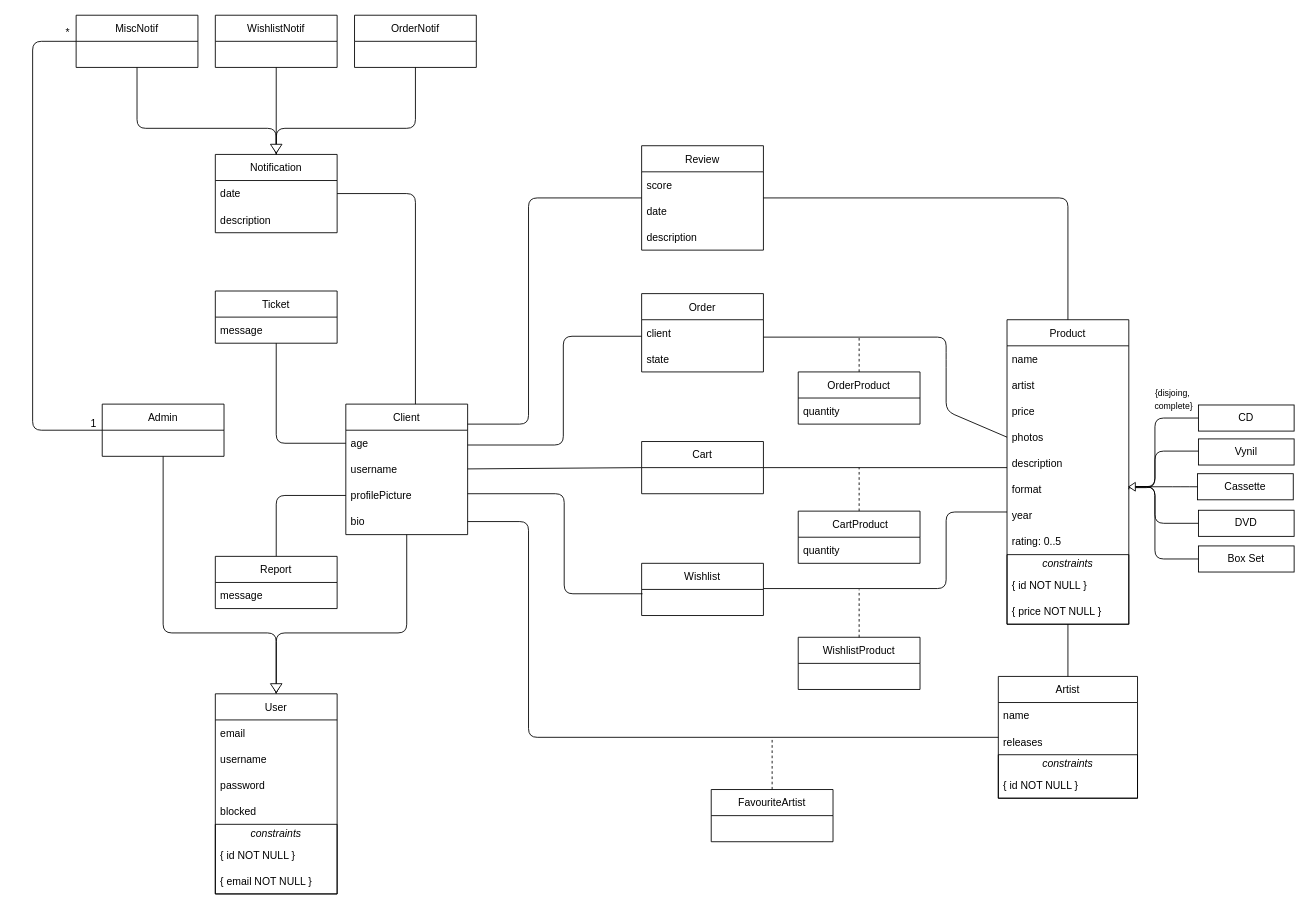
Above: docs/lbaw-uml.drawio in toni-santos/lbaw-earworm (draw.io), before the change. Source tidied: cells renumbered, new cells numbered last; positions are measured from the earlier drawing's top-left corner, leaving out a move shared by most shapes. Both pictures are drawn from the tidied source at 87%, with x=0, y=0 at pixel (32, 15).
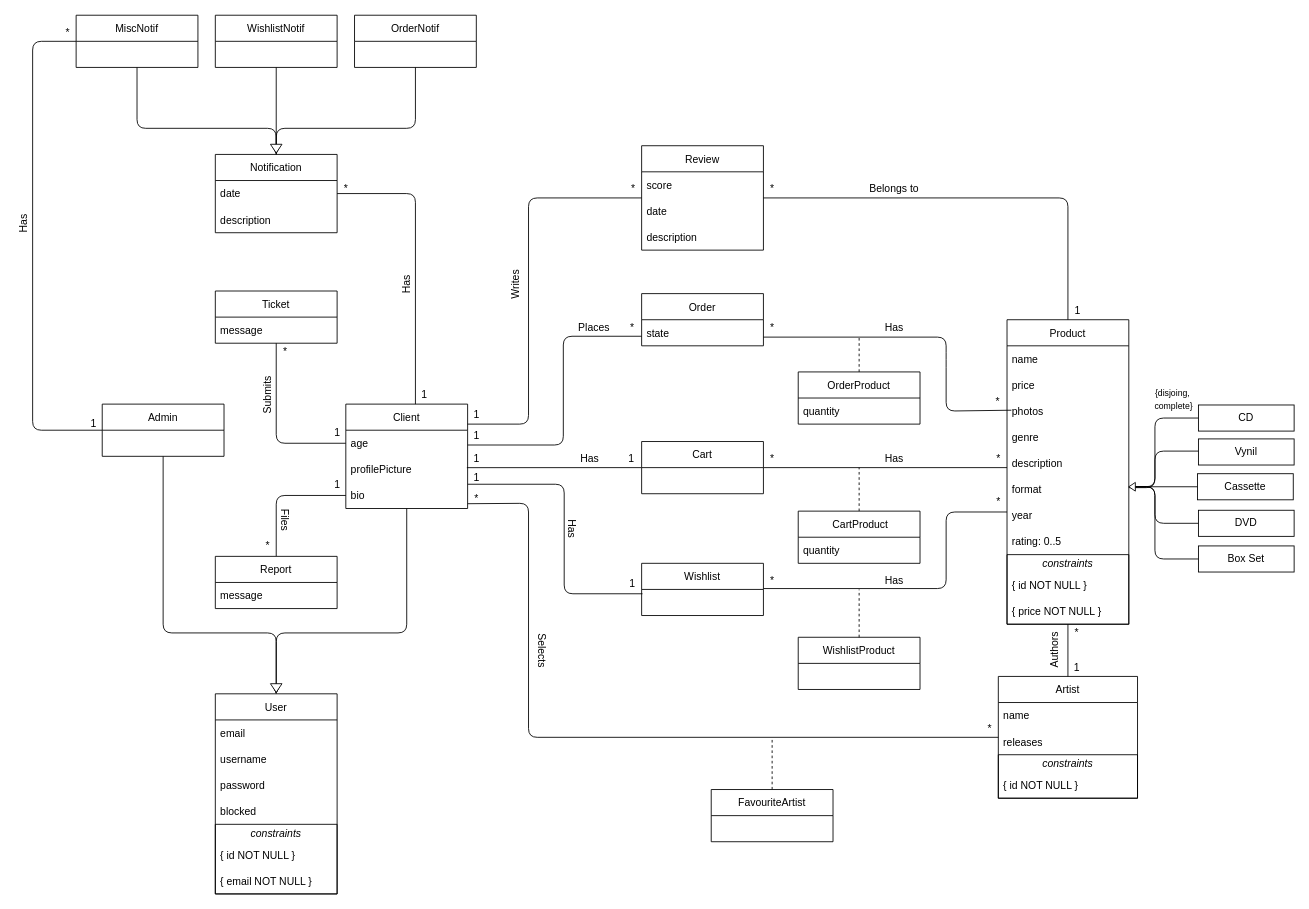
Above is the later version.

Commit message (it also covers changes not shown here):
UML multiplicity, A5 tweaks, more on A6

Unchanged cells that the change refers to:
```xml
<mxCell id="2" value="Artist" style="swimlane;fontStyle=0;horizontal=1;startSize=30;" parent="1" vertex="1">
  <mxGeometry x="1110" y="760" width="160" height="140" as="geometry" />
</mxCell>
<mxCell id="21" value="Cart" style="swimlane;fontStyle=0;horizontal=1;startSize=30;" parent="1" vertex="1">
  <mxGeometry x="700" y="490" width="140" height="60" as="geometry" />
</mxCell>
<mxCell id="33" value="Product" style="swimlane;fontStyle=0;horizontal=1;startSize=30;" parent="1" vertex="1">
  <mxGeometry x="1120" y="350" width="140" height="350" as="geometry" />
</mxCell>
<mxCell id="39" value="format" style="text;strokeColor=none;fillColor=none;align=left;verticalAlign=middle;spacingLeft=4;spacingRight=4;overflow=hidden;points=[[0,0.5],[1,0.5]];portConstraint=eastwest;" parent="33" vertex="1">
  <mxGeometry y="180" width="140" height="30" as="geometry" />
</mxCell>
<mxCell id="59" value="Report" style="swimlane;fontStyle=0;horizontal=1;startSize=30;" parent="1" vertex="1">
  <mxGeometry x="210" y="622" width="140" height="60" as="geometry" />
</mxCell>
<mxCell id="91" value="Cassette" style="whiteSpace=wrap;html=1;" parent="1" vertex="1">
  <mxGeometry x="1339" y="527" width="110" height="30" as="geometry" />
</mxCell>
<mxCell id="92" value="DVD" style="whiteSpace=wrap;html=1;" parent="1" vertex="1">
  <mxGeometry x="1340" y="569" width="110" height="30" as="geometry" />
</mxCell>
<mxCell id="93" value="Box Set" style="whiteSpace=wrap;html=1;" parent="1" vertex="1">
  <mxGeometry x="1340" y="610" width="110" height="30" as="geometry" />
</mxCell>
```

Change to the diagram source:
```diff
@@
-    <mxCell id="8" style="edgeStyle=none;html=1;endArrow=none;endFill=0;entryX=0;entryY=0.5;entryDx=0;entryDy=0;" parent="1" edge="1" source="13" target="21">
+    <mxCell id="8" style="edgeStyle=none;html=1;endArrow=none;endFill=0;entryX=0;entryY=0.5;entryDx=0;entryDy=0;exitX=-0.043;exitY=1.002;exitDx=0;exitDy=0;exitPerimeter=0;" parent="1" edge="1" source="111" target="21">
       <mxGeometry relative="1" as="geometry" />
     </mxCell>
-    <mxCell id="9" style="edgeStyle=elbowEdgeStyle;html=1;endArrow=none;endFill=0;startArrow=none;" parent="1" edge="1">
+    <mxCell id="9" style="edgeStyle=elbowEdgeStyle;html=1;endArrow=none;endFill=0;startArrow=none;exitX=1.001;exitY=0.07;exitDx=0;exitDy=0;exitPerimeter=0;" parent="1" edge="1" source="17">
       <mxGeometry relative="1" as="geometry">
-        <mxPoint x="500" y="550" as="sourcePoint" />
         <mxPoint x="701" y="665" as="targetPoint" />
         <Array as="points">
-          <mxPoint x="611" y="605" />
+          <mxPoint x="611" y="530" />
         </Array>
       </mxGeometry>
     </mxCell>
@@
-    <mxCell id="11" style="edgeStyle=none;html=1;startArrow=none;startFill=0;endArrow=none;endFill=0;exitX=1;exitY=0.5;exitDx=0;exitDy=0;" parent="1" edge="1" source="17" target="2">
+    <mxCell id="11" style="edgeStyle=none;html=1;startArrow=none;startFill=0;endArrow=none;endFill=0;exitX=1.001;exitY=0.816;exitDx=0;exitDy=0;exitPerimeter=0;" parent="1" edge="1" source="17" target="2">
       <mxGeometry relative="1" as="geometry">
         <Array as="points">
-          <mxPoint x="570" y="582" />
+          <mxPoint x="570" y="561" />
           <mxPoint x="570" y="830" />
         </Array>
       </mxGeometry>
     </mxCell>
@@
     <mxCell id="13" value="Client" style="swimlane;fontStyle=0;horizontal=1;startSize=30;" parent="1" vertex="1">
-      <mxGeometry x="360" y="447" width="140" height="150" as="geometry" />
+      <mxGeometry x="360" y="447" width="140" height="120" as="geometry" />
     </mxCell>
@@
-    <mxCell id="15" value="username" style="text;strokeColor=none;fillColor=none;align=left;verticalAlign=middle;spacingLeft=4;spacingRight=4;overflow=hidden;" parent="13" vertex="1">
-      <mxGeometry y="60" width="140" height="30" as="geometry" />
-    </mxCell>
     <mxCell id="16" value="profilePicture" style="text;strokeColor=none;fillColor=none;align=left;verticalAlign=middle;spacingLeft=4;spacingRight=4;overflow=hidden;points=[[0,0.5],[1,0.5]];portConstraint=eastwest;" parent="13" vertex="1">
-      <mxGeometry y="90" width="140" height="30" as="geometry" />
+      <mxGeometry y="60" width="140" height="30" as="geometry" />
     </mxCell>
     <mxCell id="17" value="bio" style="text;strokeColor=none;fillColor=none;align=left;verticalAlign=middle;spacingLeft=4;spacingRight=4;overflow=hidden;points=[[0,0.5],[1,0.5]];portConstraint=eastwest;" parent="13" vertex="1">
-      <mxGeometry y="120" width="140" height="30" as="geometry" />
+      <mxGeometry y="90" width="140" height="30" as="geometry" />
     </mxCell>
@@
-    <mxCell id="35" value="artist" style="text;strokeColor=none;fillColor=none;align=left;verticalAlign=middle;spacingLeft=4;spacingRight=4;overflow=hidden;" parent="33" vertex="1">
-      <mxGeometry y="60" width="140" height="30" as="geometry" />
-    </mxCell>
     <mxCell id="36" value="price" style="text;strokeColor=none;fillColor=none;align=left;verticalAlign=middle;spacingLeft=4;spacingRight=4;overflow=hidden;" parent="33" vertex="1">
-      <mxGeometry y="90" width="140" height="30" as="geometry" />
+      <mxGeometry y="60" width="140" height="30" as="geometry" />
     </mxCell>
     <mxCell id="37" value="photos" style="text;strokeColor=none;fillColor=none;align=left;verticalAlign=middle;spacingLeft=4;spacingRight=4;overflow=hidden;points=[[0,0.5],[1,0.5]];portConstraint=eastwest;" parent="33" vertex="1">
-      <mxGeometry y="120" width="140" height="30" as="geometry" />
+      <mxGeometry y="90" width="140" height="30" as="geometry" />
     </mxCell>
+    <mxCell id="101" value="genre" style="text;strokeColor=none;fillColor=none;align=left;verticalAlign=middle;spacingLeft=4;spacingRight=4;overflow=hidden;" parent="33" vertex="1">
+      <mxGeometry y="120" width="140" height="30" as="geometry" />
+    </mxCell>
@@
     <mxCell id="55" value="Order" style="swimlane;fontStyle=0;horizontal=1;startSize=30;" parent="1" vertex="1">
-      <mxGeometry x="700" y="320" width="140" height="90" as="geometry" />
+      <mxGeometry x="700" y="320" width="140" height="60" as="geometry" />
     </mxCell>
-    <mxCell id="56" value="client" style="text;strokeColor=none;fillColor=none;align=left;verticalAlign=middle;spacingLeft=4;spacingRight=4;overflow=hidden;points=[[0,0.5],[1,0.5]];portConstraint=eastwest;" parent="55" vertex="1">
-      <mxGeometry y="30" width="140" height="30" as="geometry" />
-    </mxCell>
     <mxCell id="57" value="state" style="text;strokeColor=none;fillColor=none;align=left;verticalAlign=middle;spacingLeft=4;spacingRight=4;overflow=hidden;" parent="55" vertex="1">
-      <mxGeometry y="60" width="140" height="30" as="geometry" />
+      <mxGeometry y="30" width="140" height="30" as="geometry" />
     </mxCell>
-    <mxCell id="58" style="edgeStyle=none;html=1;startArrow=none;startFill=0;endArrow=none;endFill=0;exitX=0.5;exitY=0;exitDx=0;exitDy=0;" parent="1" edge="1" source="59" target="16">
+    <mxCell id="58" style="edgeStyle=none;html=1;startArrow=none;startFill=0;endArrow=none;endFill=0;exitX=0.5;exitY=0;exitDx=0;exitDy=0;entryX=0;entryY=0.5;entryDx=0;entryDy=0;" parent="1" edge="1" source="59" target="17">
       <mxGeometry relative="1" as="geometry">
         <Array as="points">
           <mxPoint x="280" y="552" />
         </Array>
       </mxGeometry>
     </mxCell>
@@
-    <mxCell id="78" style="edgeStyle=none;html=1;endArrow=none;endFill=0;strokeColor=default;entryX=0;entryY=0.5;entryDx=0;entryDy=0;exitX=1;exitY=0.667;exitDx=0;exitDy=0;exitPerimeter=0;" parent="1" edge="1" source="56" target="37">
+    <mxCell id="78" style="edgeStyle=none;html=1;endArrow=none;endFill=0;strokeColor=default;entryX=1.3;entryY=1;entryDx=0;entryDy=0;exitX=1;exitY=0.667;exitDx=0;exitDy=0;exitPerimeter=0;entryPerimeter=0;" parent="1" edge="1" target="123">
       <mxGeometry relative="1" as="geometry">
+        <mxPoint x="840" y="370" as="sourcePoint" />
         <Array as="points">
           <mxPoint x="1050" y="370" />
           <mxPoint x="1050" y="395" />
           <mxPoint x="1050" y="455" />
         </Array>
       </mxGeometry>
     </mxCell>
@@
-    <mxCell id="94" style="endArrow=none;html=1;exitX=1;exitY=0.5;exitDx=0;exitDy=0;edgeStyle=orthogonalEdgeStyle;" parent="1" edge="1" source="39" target="93">
+    <mxCell id="94" style="endArrow=none;html=1;edgeStyle=orthogonalEdgeStyle;" parent="1" edge="1" target="93">
       <mxGeometry relative="1" as="geometry">
+        <mxPoint x="1270" y="542" as="sourcePoint" />
         <Array as="points">
+          <mxPoint x="1270" y="542" />
           <mxPoint x="1290" y="542" />
           <mxPoint x="1290" y="625" />
         </Array>
       </mxGeometry>
     </mxCell>
-    <mxCell id="95" style="endArrow=none;html=1;edgeStyle=orthogonalEdgeStyle;" parent="1" edge="1" source="39" target="92">
+    <mxCell id="95" style="endArrow=none;html=1;edgeStyle=orthogonalEdgeStyle;" parent="1" edge="1" target="92">
       <mxGeometry relative="1" as="geometry">
+        <mxPoint x="1270" y="542" as="sourcePoint" />
         <Array as="points">
+          <mxPoint x="1260" y="542" />
           <mxPoint x="1290" y="542" />
           <mxPoint x="1290" y="584" />
         </Array>
       </mxGeometry>
     </mxCell>
-    <mxCell id="96" style="endArrow=none;html=1;edgeStyle=orthogonalEdgeStyle;" parent="1" edge="1" source="39" target="91">
+    <mxCell id="96" style="endArrow=none;html=1;edgeStyle=orthogonalEdgeStyle;" parent="1" edge="1" target="91">
       <mxGeometry relative="1" as="geometry">
+        <mxPoint x="1280" y="542" as="sourcePoint" />
         <Array as="points">
-          <mxPoint x="1320" y="542" />
-          <mxPoint x="1320" y="542" />
+          <mxPoint x="1260" y="542" />
         </Array>
       </mxGeometry>
     </mxCell>
@@
+    <mxCell id="102" value="*" style="text;html=1;align=center;verticalAlign=middle;strokeColor=none;fillColor=none;" parent="1" vertex="1">
+      <mxGeometry x="350" y="190" width="20" height="20" as="geometry" />
+    </mxCell>
+    <mxCell id="103" value="1" style="text;html=1;align=center;verticalAlign=middle;strokeColor=none;fillColor=none;" parent="1" vertex="1">
+      <mxGeometry x="440" y="427" width="20" height="20" as="geometry" />
+    </mxCell>
+    <mxCell id="104" value="1" style="text;html=1;align=center;verticalAlign=middle;strokeColor=none;fillColor=none;" parent="1" vertex="1">
+      <mxGeometry x="340" y="470" width="20" height="20" as="geometry" />
+    </mxCell>
+    <mxCell id="105" value="*" style="text;html=1;align=center;verticalAlign=middle;strokeColor=none;fillColor=none;" parent="1" vertex="1">
+      <mxGeometry x="280" y="377" width="20" height="20" as="geometry" />
+    </mxCell>
+    <mxCell id="106" value="1" style="text;html=1;align=center;verticalAlign=middle;strokeColor=none;fillColor=none;" parent="1" vertex="1">
+      <mxGeometry x="340" y="530" width="20" height="20" as="geometry" />
+    </mxCell>
+    <mxCell id="107" value="*" style="text;html=1;align=center;verticalAlign=middle;strokeColor=none;fillColor=none;" parent="1" vertex="1">
+      <mxGeometry x="260" y="600" width="20" height="20" as="geometry" />
+    </mxCell>
+    <mxCell id="108" value="1" style="text;html=1;align=center;verticalAlign=middle;strokeColor=none;fillColor=none;" parent="1" vertex="1">
+      <mxGeometry x="500" y="450" width="20" height="20" as="geometry" />
+    </mxCell>
+    <mxCell id="109" value="*" style="text;html=1;align=center;verticalAlign=middle;strokeColor=none;fillColor=none;" parent="1" vertex="1">
+      <mxGeometry x="680" y="190" width="20" height="20" as="geometry" />
+    </mxCell>
+    <mxCell id="110" value="1" style="text;html=1;align=center;verticalAlign=middle;strokeColor=none;fillColor=none;" parent="1" vertex="1">
+      <mxGeometry x="500" y="474" width="20" height="20" as="geometry" />
+    </mxCell>
+    <mxCell id="111" value="1" style="text;html=1;align=center;verticalAlign=middle;points=[];strokeColor=none;fillColor=none;" parent="1" vertex="1">
+      <mxGeometry x="500" y="500" width="20" height="20" as="geometry" />
+    </mxCell>
+    <mxCell id="112" value="1" style="text;html=1;align=center;verticalAlign=middle;strokeColor=none;fillColor=none;" parent="1" vertex="1">
+      <mxGeometry x="500" y="522" width="20" height="20" as="geometry" />
+    </mxCell>
+    <mxCell id="113" value="*" style="text;html=1;align=center;verticalAlign=middle;strokeColor=none;fillColor=none;" parent="1" vertex="1">
+      <mxGeometry x="500" y="546" width="20" height="20" as="geometry" />
+    </mxCell>
+    <mxCell id="114" value="*" style="text;html=1;align=center;verticalAlign=middle;strokeColor=none;fillColor=none;" parent="1" vertex="1">
+      <mxGeometry x="1090" y="810" width="20" height="20" as="geometry" />
+    </mxCell>
+    <mxCell id="115" value="*" style="text;html=1;align=center;verticalAlign=middle;strokeColor=none;fillColor=none;" parent="1" vertex="1">
+      <mxGeometry x="1190" y="700" width="20" height="20" as="geometry" />
+    </mxCell>
+    <mxCell id="116" value="1" style="text;html=1;align=center;verticalAlign=middle;strokeColor=none;fillColor=none;" parent="1" vertex="1">
+      <mxGeometry x="1190" y="740" width="20" height="20" as="geometry" />
+    </mxCell>
+    <mxCell id="117" value="1" style="text;html=1;align=center;verticalAlign=middle;strokeColor=none;fillColor=none;" parent="1" vertex="1">
+      <mxGeometry x="679" y="644" width="20" height="20" as="geometry" />
+    </mxCell>
+    <mxCell id="118" value="*" style="text;html=1;align=center;verticalAlign=middle;strokeColor=none;fillColor=none;" parent="1" vertex="1">
+      <mxGeometry x="840" y="640" width="20" height="20" as="geometry" />
+    </mxCell>
+    <mxCell id="119" value="*" style="text;html=1;align=center;verticalAlign=middle;strokeColor=none;fillColor=none;" parent="1" vertex="1">
+      <mxGeometry x="1100" y="550" width="20" height="20" as="geometry" />
+    </mxCell>
+    <mxCell id="120" value="*" style="text;html=1;align=center;verticalAlign=middle;strokeColor=none;fillColor=none;" parent="1" vertex="1">
+      <mxGeometry x="840" y="500" width="20" height="20" as="geometry" />
+    </mxCell>
+    <mxCell id="121" value="*" style="text;html=1;align=center;verticalAlign=middle;strokeColor=none;fillColor=none;" parent="1" vertex="1">
+      <mxGeometry x="1100" y="500" width="20" height="20" as="geometry" />
+    </mxCell>
+    <mxCell id="122" value="*" style="text;html=1;align=center;verticalAlign=middle;strokeColor=none;fillColor=none;" parent="1" vertex="1">
+      <mxGeometry x="840" y="350" width="20" height="20" as="geometry" />
+    </mxCell>
+    <mxCell id="123" value="*" style="text;html=1;align=center;verticalAlign=middle;points=[];strokeColor=none;fillColor=none;" parent="1" vertex="1">
+      <mxGeometry x="1099" y="434" width="20" height="20" as="geometry" />
+    </mxCell>
+    <mxCell id="124" value="*" style="text;html=1;align=center;verticalAlign=middle;strokeColor=none;fillColor=none;" parent="1" vertex="1">
+      <mxGeometry x="840" y="190" width="20" height="20" as="geometry" />
+    </mxCell>
+    <mxCell id="125" value="1" style="text;html=1;align=center;verticalAlign=middle;strokeColor=none;fillColor=none;" parent="1" vertex="1">
+      <mxGeometry x="1191" y="330" width="20" height="20" as="geometry" />
+    </mxCell>
+    <mxCell id="126" value="1" style="text;html=1;align=center;verticalAlign=middle;strokeColor=none;fillColor=none;" parent="1" vertex="1">
+      <mxGeometry x="678" y="500" width="20" height="20" as="geometry" />
+    </mxCell>
+    <mxCell id="127" value="*" style="text;html=1;align=center;verticalAlign=middle;strokeColor=none;fillColor=none;" parent="1" vertex="1">
+      <mxGeometry x="679" y="349" width="20" height="20" as="geometry" />
+    </mxCell>
+    <mxCell id="128" value="Has" style="text;html=1;align=center;verticalAlign=middle;strokeColor=none;fillColor=none;" parent="1" vertex="1">
+      <mxGeometry x="970" y="349" width="40" height="20" as="geometry" />
+    </mxCell>
+    <mxCell id="129" value="Has" style="text;html=1;align=center;verticalAlign=middle;strokeColor=none;fillColor=none;" parent="1" vertex="1">
+      <mxGeometry x="970" y="500" width="40" height="20" as="geometry" />
+    </mxCell>
+    <mxCell id="130" value="Has" style="text;html=1;align=center;verticalAlign=middle;strokeColor=none;fillColor=none;" parent="1" vertex="1">
+      <mxGeometry x="970" y="640" width="40" height="20" as="geometry" />
+    </mxCell>
+    <mxCell id="131" value="Has" style="text;html=1;align=center;verticalAlign=middle;strokeColor=none;fillColor=none;rotation=90;" parent="1" vertex="1">
+      <mxGeometry x="600" y="580" width="40" height="20" as="geometry" />
+    </mxCell>
+    <mxCell id="132" value="Has" style="text;html=1;align=center;verticalAlign=middle;strokeColor=none;fillColor=none;" parent="1" vertex="1">
+      <mxGeometry x="620" y="500" width="40" height="20" as="geometry" />
+    </mxCell>
+    <mxCell id="133" value="Places" style="text;html=1;align=center;verticalAlign=middle;strokeColor=none;fillColor=none;" parent="1" vertex="1">
+      <mxGeometry x="620" y="349" width="50" height="20" as="geometry" />
+    </mxCell>
+    <mxCell id="134" value="Writes" style="text;html=1;align=center;verticalAlign=middle;strokeColor=none;fillColor=none;rotation=-90;" parent="1" vertex="1">
+      <mxGeometry x="530" y="300" width="50" height="20" as="geometry" />
+    </mxCell>
+    <mxCell id="135" value="Selects" style="text;html=1;align=center;verticalAlign=middle;strokeColor=none;fillColor=none;rotation=90;" parent="1" vertex="1">
+      <mxGeometry x="560" y="720" width="50" height="20" as="geometry" />
+    </mxCell>
+    <mxCell id="136" value="Belongs to" style="text;html=1;align=center;verticalAlign=middle;strokeColor=none;fillColor=none;" parent="1" vertex="1">
+      <mxGeometry x="955" y="190" width="70" height="20" as="geometry" />
+    </mxCell>
+    <mxCell id="137" value="Has" style="text;html=1;align=center;verticalAlign=middle;strokeColor=none;fillColor=none;rotation=-90;" parent="1" vertex="1">
+      <mxGeometry x="-30" y="230" width="40" height="20" as="geometry" />
+    </mxCell>
+    <mxCell id="138" value="Has" style="text;html=1;align=center;verticalAlign=middle;strokeColor=none;fillColor=none;rotation=-90;" parent="1" vertex="1">
+      <mxGeometry x="410" y="300" width="40" height="20" as="geometry" />
+    </mxCell>
+    <mxCell id="139" value="Files" style="text;html=1;align=center;verticalAlign=middle;strokeColor=none;fillColor=none;rotation=90;" parent="1" vertex="1">
+      <mxGeometry x="270" y="570" width="40" height="20" as="geometry" />
+    </mxCell>
+    <mxCell id="140" value="Submits" style="text;html=1;align=center;verticalAlign=middle;strokeColor=none;fillColor=none;rotation=-90;" parent="1" vertex="1">
+      <mxGeometry x="240" y="427" width="60" height="20" as="geometry" />
+    </mxCell>
+    <mxCell id="141" value="Authors" style="text;html=1;align=center;verticalAlign=middle;strokeColor=none;fillColor=none;rotation=-90;" parent="1" vertex="1">
+      <mxGeometry x="1145" y="720" width="60" height="20" as="geometry" />
+    </mxCell>
```
